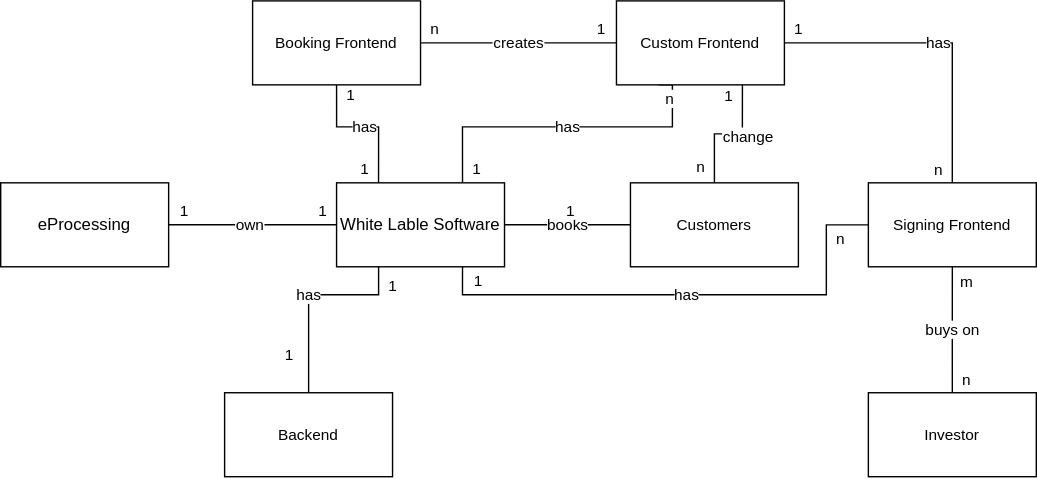
The draw.io diagram artifacts/Domain_Model_eProcessing.svg in luca-engels-eprocessing/OneFolio, before a commit. Source tidied: cells renumbered, new cells last; positions are measured from the earlier drawing's top-left corner, leaving out a move shared by most shapes.
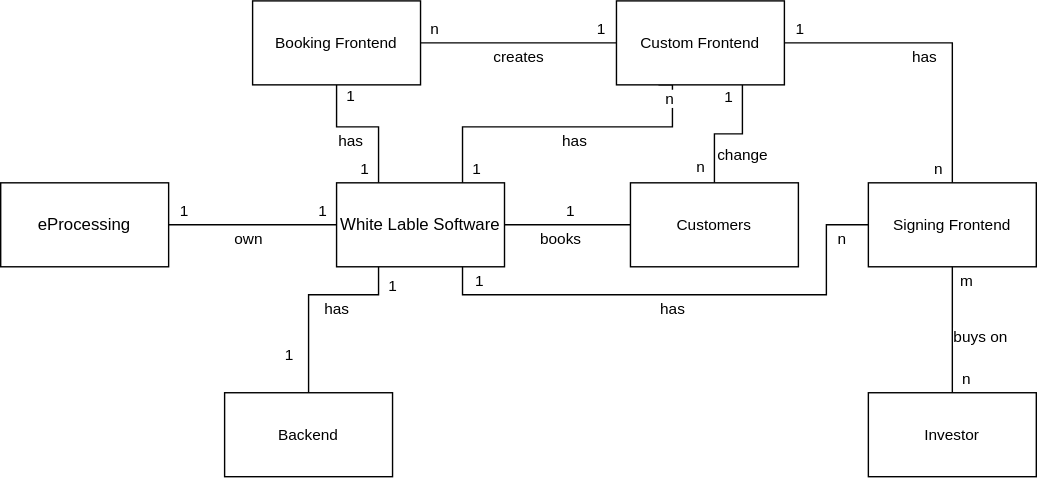
Above is the later version.

The edit, as a diff of the source:
```diff
@@ -7,7 +7,7 @@
     </mxCell>
     <mxCell id="3" value="own" style="edgeLabel;html=1;align=center;verticalAlign=middle;fontFamily=Helvetica;fontSize=11;fontColor=default;labelBackgroundColor=default;" parent="2" vertex="1">
       <mxGeometry x="-0.05" y="-1" relative="1" as="geometry">
-        <mxPoint y="-1" as="offset" />
+        <mxPoint y="9" as="offset" />
       </mxGeometry>
     </mxCell>
     <mxCell id="4" value="1" style="edgeLabel;html=1;align=center;verticalAlign=middle;fontFamily=Helvetica;fontSize=11;fontColor=default;labelBackgroundColor=default;" parent="2" vertex="1">
@@ -24,7 +24,7 @@
       <mxGeometry y="130" width="120" height="60" as="geometry" />
     </mxCell>
     <mxCell id="7" value="has" style="edgeStyle=orthogonalEdgeStyle;rounded=0;jettySize=auto;html=1;strokeColor=default;align=center;verticalAlign=middle;fontFamily=Helvetica;fontSize=11;fontColor=default;labelBackgroundColor=default;endArrow=none;endFill=0;exitX=0.25;exitY=0;exitDx=0;exitDy=0;entryX=0.5;entryY=1;entryDx=0;entryDy=0;" parent="1" edge="1" source="13" target="22">
-      <mxGeometry relative="1" as="geometry">
+      <mxGeometry x="0.2" y="10" relative="1" as="geometry">
         <Array as="points">
           <mxPoint x="270" y="90" />
           <mxPoint x="240" y="90" />
@@ -42,7 +42,7 @@
       </mxGeometry>
     </mxCell>
     <mxCell id="10" value="has" style="edgeStyle=orthogonalEdgeStyle;rounded=0;jettySize=auto;html=1;strokeColor=default;align=center;verticalAlign=middle;fontFamily=Helvetica;fontSize=11;fontColor=default;labelBackgroundColor=default;endArrow=none;endFill=0;" parent="1" edge="1" source="13" target="14">
-      <mxGeometry relative="1" as="geometry">
+      <mxGeometry x="-0.29" y="10" relative="1" as="geometry">
         <Array as="points">
           <mxPoint x="270" y="210" />
           <mxPoint x="220" y="210" />
@@ -65,14 +65,9 @@
     <mxCell id="14" value="Backend" style="html=1;whiteSpace=wrap;fontFamily=Helvetica;fontSize=11;fontColor=default;labelBackgroundColor=default;" parent="1" vertex="1">
       <mxGeometry x="160" y="280" width="120" height="60" as="geometry" />
     </mxCell>
-    <mxCell id="15" style="edgeStyle=orthogonalEdgeStyle;rounded=0;jettySize=auto;html=1;entryX=0.5;entryY=0;entryDx=0;entryDy=0;strokeColor=default;align=center;verticalAlign=middle;fontFamily=Helvetica;fontSize=11;fontColor=default;labelBackgroundColor=default;endArrow=none;endFill=0;exitX=0.75;exitY=1;exitDx=0;exitDy=0;" parent="1" edge="1" source="33" target="26">
-      <mxGeometry relative="1" as="geometry" />
+    <mxCell id="15" value="&lt;span style=&quot;color: rgb(0, 0, 0); font-family: Helvetica; font-size: 11px; font-style: normal; font-variant-ligatures: normal; font-variant-caps: normal; font-weight: 400; letter-spacing: normal; orphans: 2; text-align: center; text-indent: 0px; text-transform: none; widows: 2; word-spacing: 0px; -webkit-text-stroke-width: 0px; white-space: nowrap; background-color: rgb(255, 255, 255); text-decoration-thickness: initial; text-decoration-style: initial; text-decoration-color: initial; display: inline !important; float: none;&quot;&gt;change&lt;/span&gt;" style="edgeStyle=orthogonalEdgeStyle;rounded=0;jettySize=auto;html=1;entryX=0.5;entryY=0;entryDx=0;entryDy=0;strokeColor=default;align=center;verticalAlign=middle;fontFamily=Helvetica;fontSize=11;fontColor=default;labelBackgroundColor=default;endArrow=none;endFill=0;exitX=0.75;exitY=1;exitDx=0;exitDy=0;" parent="1" edge="1" source="33" target="26">
+      <mxGeometry x="-0.22" y="15" relative="1" as="geometry" />
     </mxCell>
-    <mxCell id="16" value="change" style="edgeLabel;html=1;align=center;verticalAlign=middle;fontFamily=Helvetica;fontSize=11;fontColor=default;labelBackgroundColor=default;" parent="15" vertex="1">
-      <mxGeometry x="-0.22" y="-1" relative="1" as="geometry">
-        <mxPoint x="4" y="3" as="offset" />
-      </mxGeometry>
-    </mxCell>
     <mxCell id="17" value="1" style="edgeLabel;html=1;align=center;verticalAlign=middle;fontFamily=Helvetica;fontSize=11;fontColor=default;labelBackgroundColor=default;" parent="15" vertex="1">
       <mxGeometry x="-0.69" y="-1" relative="1" as="geometry">
         <mxPoint x="-9" y="-6" as="offset" />
@@ -84,7 +79,7 @@
       </mxGeometry>
     </mxCell>
     <mxCell id="19" value="creates" style="edgeStyle=orthogonalEdgeStyle;rounded=0;jettySize=auto;html=1;entryX=0;entryY=0.5;entryDx=0;entryDy=0;strokeColor=default;align=center;verticalAlign=middle;fontFamily=Helvetica;fontSize=11;fontColor=default;labelBackgroundColor=default;endArrow=none;endFill=0;" parent="1" edge="1" source="22" target="33">
-      <mxGeometry relative="1" as="geometry" />
+      <mxGeometry y="-10" relative="1" as="geometry" />
     </mxCell>
     <mxCell id="20" value="1" style="edgeLabel;html=1;align=center;verticalAlign=middle;fontFamily=Helvetica;fontSize=11;fontColor=default;labelBackgroundColor=default;" parent="19" vertex="1">
       <mxGeometry x="0.15" y="1" relative="1" as="geometry">
@@ -100,7 +95,7 @@
       <mxGeometry x="180" width="120" height="60" as="geometry" />
     </mxCell>
     <mxCell id="23" value="books" style="edgeStyle=orthogonalEdgeStyle;rounded=0;jettySize=auto;html=1;strokeColor=default;align=center;verticalAlign=middle;fontFamily=Helvetica;fontSize=11;fontColor=default;labelBackgroundColor=default;endArrow=none;endFill=0;" parent="1" edge="1" source="26" target="13">
-      <mxGeometry relative="1" as="geometry" />
+      <mxGeometry x="0.11" y="10" relative="1" as="geometry" />
     </mxCell>
     <mxCell id="24" value="1" style="edgeLabel;html=1;align=center;verticalAlign=middle;fontFamily=Helvetica;fontSize=11;fontColor=default;labelBackgroundColor=default;" parent="23" vertex="1">
       <mxGeometry x="0.54" relative="1" as="geometry">
@@ -116,7 +111,7 @@
       <mxGeometry x="450" y="130" width="120" height="60" as="geometry" />
     </mxCell>
     <mxCell id="27" value="has" style="edgeStyle=orthogonalEdgeStyle;rounded=0;jettySize=auto;html=1;entryX=0.75;entryY=0;entryDx=0;entryDy=0;strokeColor=default;align=center;verticalAlign=middle;fontFamily=Helvetica;fontSize=11;fontColor=default;labelBackgroundColor=default;endArrow=none;endFill=0;exitX=0.25;exitY=1;exitDx=0;exitDy=0;" parent="1" edge="1" source="33" target="13">
-      <mxGeometry relative="1" as="geometry">
+      <mxGeometry x="-0.04" y="10" relative="1" as="geometry">
         <Array as="points">
           <mxPoint x="480" y="90" />
           <mxPoint x="330" y="90" />
@@ -134,7 +129,7 @@
       </mxGeometry>
     </mxCell>
     <mxCell id="30" value="has" style="edgeStyle=orthogonalEdgeStyle;rounded=0;jettySize=auto;html=1;strokeColor=default;align=center;verticalAlign=middle;fontFamily=Helvetica;fontSize=11;fontColor=default;labelBackgroundColor=default;endArrow=none;endFill=0;" parent="1" edge="1" source="33" target="37">
-      <mxGeometry relative="1" as="geometry" />
+      <mxGeometry x="-0.09" y="-10" relative="1" as="geometry" />
     </mxCell>
     <mxCell id="31" value="1" style="edgeLabel;html=1;align=center;verticalAlign=middle;fontFamily=Helvetica;fontSize=11;fontColor=default;labelBackgroundColor=default;" parent="30" vertex="1">
       <mxGeometry x="-0.84" y="-3" relative="1" as="geometry">
@@ -150,7 +145,7 @@
       <mxGeometry x="440" width="120" height="60" as="geometry" />
     </mxCell>
     <mxCell id="34" value="has" style="edgeStyle=orthogonalEdgeStyle;rounded=0;jettySize=auto;html=1;entryX=0.75;entryY=1;entryDx=0;entryDy=0;strokeColor=default;align=center;verticalAlign=middle;fontFamily=Helvetica;fontSize=11;fontColor=default;labelBackgroundColor=default;endArrow=none;endFill=0;" parent="1" edge="1" source="37" target="13">
-      <mxGeometry relative="1" as="geometry">
+      <mxGeometry x="0.06" y="10" relative="1" as="geometry">
         <Array as="points">
           <mxPoint x="590" y="160" />
           <mxPoint x="590" y="210" />
@@ -172,7 +167,7 @@
       <mxGeometry x="620" y="130" width="120" height="60" as="geometry" />
     </mxCell>
     <mxCell id="38" value="buys on" style="edgeStyle=orthogonalEdgeStyle;rounded=0;jettySize=auto;html=1;strokeColor=default;align=center;verticalAlign=middle;fontFamily=Helvetica;fontSize=11;fontColor=default;labelBackgroundColor=default;endArrow=none;endFill=0;entryX=0.5;entryY=1;entryDx=0;entryDy=0;exitX=0.5;exitY=0;exitDx=0;exitDy=0;" parent="1" edge="1" source="41" target="37">
-      <mxGeometry relative="1" as="geometry">
+      <mxGeometry x="-0.11" y="-20" relative="1" as="geometry">
         <Array as="points">
           <mxPoint x="680" y="250" />
           <mxPoint x="680" y="250" />
```
